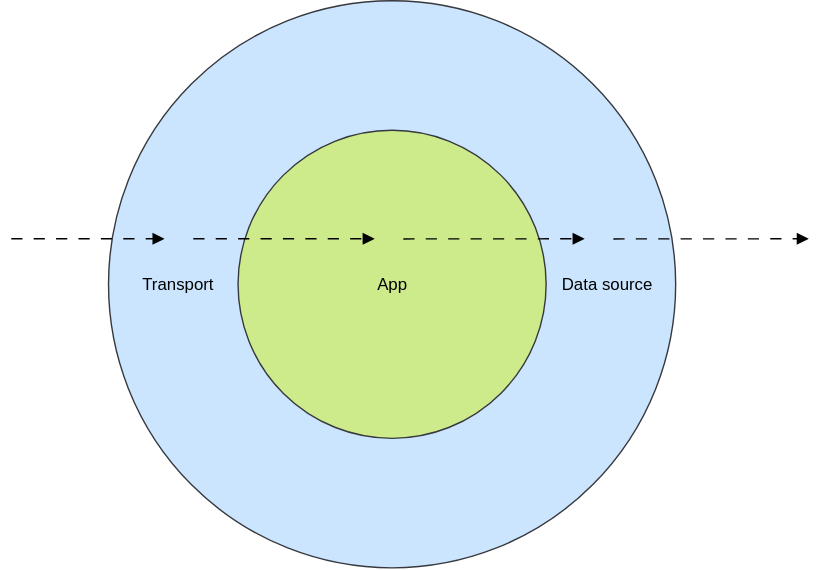
This is slides/images/hexagon-overview.svg from techteammindx/mindx-service-essentials, a draw.io export, as it was before one commit. Source tidied: cells renumbered, new cells last; positions are measured from the earlier drawing's top-left corner, leaving out a move shared by most shapes. Source of this version:
```xml
<mxGraphModel>
  <root>
    <mxCell id="0" />
    <mxCell id="1" parent="0" />
    <mxCell id="2" style="ellipse;whiteSpace=wrap;html=1;fillColor=#cce5ff;strokeColor=#36393d;" parent="1" vertex="1">
      <mxGeometry x="70" width="405" height="405" as="geometry" />
    </mxCell>
    <mxCell id="3" style="ellipse;whiteSpace=wrap;html=1;fillColor=#cdeb8b;strokeColor=#36393d;" parent="1" vertex="1">
      <mxGeometry x="162.5" y="92.5" width="220" height="220" as="geometry" />
    </mxCell>
    <mxCell id="4" value="Transport" style="text;html=1;whiteSpace=wrap;strokeColor=none;fillColor=none;align=center;verticalAlign=middle;rounded=0;" parent="1" vertex="1">
      <mxGeometry x="90" y="187.5" width="60" height="30" as="geometry" />
    </mxCell>
    <mxCell id="5" value="App" style="text;html=1;whiteSpace=wrap;strokeColor=none;fillColor=none;align=center;verticalAlign=middle;rounded=0;" parent="1" vertex="1">
      <mxGeometry x="242.5" y="187.5" width="60" height="30" as="geometry" />
    </mxCell>
    <mxCell id="6" value="Data source" style="text;html=1;whiteSpace=wrap;strokeColor=none;fillColor=none;align=center;verticalAlign=middle;rounded=0;" parent="1" vertex="1">
      <mxGeometry x="392" y="187.5" width="69.1" height="30" as="geometry" />
    </mxCell>
    <mxCell id="7" style="endArrow=block;html=1;rounded=0;endFill=1;flowAnimation=1;" parent="1" edge="1">
      <mxGeometry relative="1" as="geometry">
        <mxPoint y="170" as="sourcePoint" />
        <mxPoint x="110" y="170" as="targetPoint" />
      </mxGeometry>
    </mxCell>
    <mxCell id="8" style="endArrow=block;html=1;rounded=0;endFill=1;flowAnimation=1;" parent="1" edge="1">
      <mxGeometry relative="1" as="geometry">
        <mxPoint x="130" y="170" as="sourcePoint" />
        <mxPoint x="260.1" y="170" as="targetPoint" />
      </mxGeometry>
    </mxCell>
    <mxCell id="9" style="endArrow=block;html=1;rounded=0;endFill=1;flowAnimation=1;exitX=0.148;exitY=0.42;exitDx=0;exitDy=0;exitPerimeter=0;" parent="1" edge="1">
      <mxGeometry relative="1" as="geometry">
        <mxPoint x="280" y="170.1" as="sourcePoint" />
        <mxPoint x="410" y="170" as="targetPoint" />
      </mxGeometry>
    </mxCell>
    <mxCell id="10" style="endArrow=block;html=1;rounded=0;endFill=1;flowAnimation=1;exitX=0.148;exitY=0.42;exitDx=0;exitDy=0;exitPerimeter=0;" parent="1" edge="1">
      <mxGeometry relative="1" as="geometry">
        <mxPoint x="430" y="170.1" as="sourcePoint" />
        <mxPoint x="570.1" y="170" as="targetPoint" />
      </mxGeometry>
    </mxCell>
  </root>
</mxGraphModel>
```
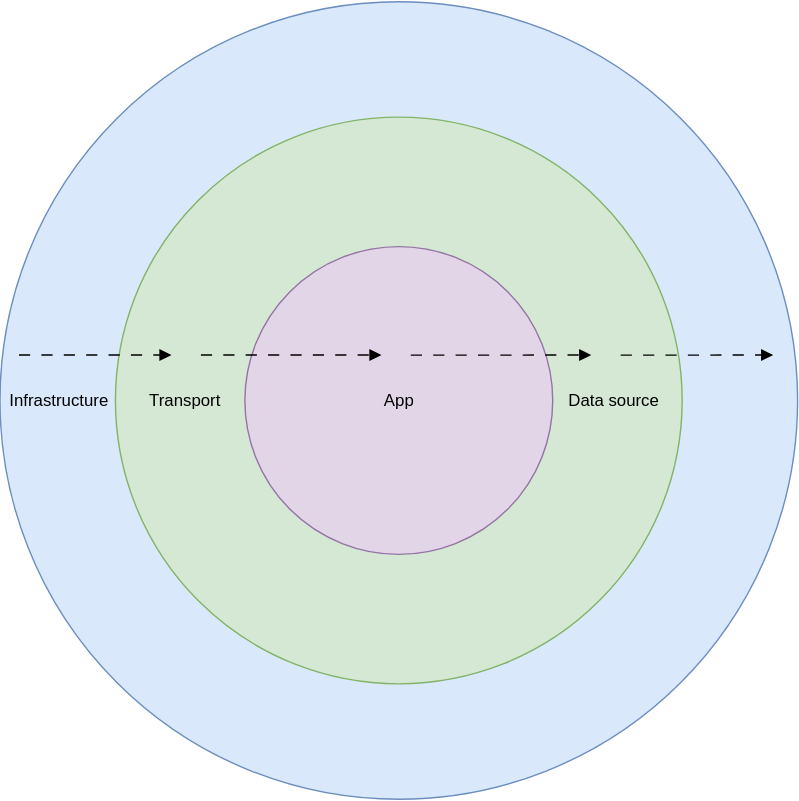
Later version of the same file.

Change to the diagram source:
```diff
@@ -2,44 +2,50 @@
   <root>
     <mxCell id="0" />
     <mxCell id="1" parent="0" />
-    <mxCell id="2" style="ellipse;whiteSpace=wrap;html=1;fillColor=#cce5ff;strokeColor=#36393d;" parent="1" vertex="1">
-      <mxGeometry x="70" width="405" height="405" as="geometry" />
+    <mxCell id="2" style="ellipse;whiteSpace=wrap;html=1;fillColor=#dae8fc;strokeColor=#6c8ebf;" parent="1" vertex="1">
+      <mxGeometry x="-202.5" y="-272.5" width="570" height="570" as="geometry" />
     </mxCell>
-    <mxCell id="3" style="ellipse;whiteSpace=wrap;html=1;fillColor=#cdeb8b;strokeColor=#36393d;" parent="1" vertex="1">
-      <mxGeometry x="162.5" y="92.5" width="220" height="220" as="geometry" />
+    <mxCell id="3" style="ellipse;whiteSpace=wrap;html=1;fillColor=#d5e8d4;strokeColor=#82b366;" parent="1" vertex="1">
+      <mxGeometry x="-120" y="-190" width="405" height="405" as="geometry" />
     </mxCell>
-    <mxCell id="4" value="Transport" style="text;html=1;whiteSpace=wrap;strokeColor=none;fillColor=none;align=center;verticalAlign=middle;rounded=0;" parent="1" vertex="1">
-      <mxGeometry x="90" y="187.5" width="60" height="30" as="geometry" />
+    <mxCell id="4" style="ellipse;whiteSpace=wrap;html=1;fillColor=#e1d5e7;strokeColor=#9673a6;" parent="1" vertex="1">
+      <mxGeometry x="-27.5" y="-97.5" width="220" height="220" as="geometry" />
     </mxCell>
-    <mxCell id="5" value="App" style="text;html=1;whiteSpace=wrap;strokeColor=none;fillColor=none;align=center;verticalAlign=middle;rounded=0;" parent="1" vertex="1">
-      <mxGeometry x="242.5" y="187.5" width="60" height="30" as="geometry" />
+    <mxCell id="5" value="Transport" style="text;html=1;whiteSpace=wrap;strokeColor=none;fillColor=none;align=center;verticalAlign=middle;rounded=0;" parent="1" vertex="1">
+      <mxGeometry x="-100" y="-2.5" width="60" height="30" as="geometry" />
     </mxCell>
-    <mxCell id="6" value="Data source" style="text;html=1;whiteSpace=wrap;strokeColor=none;fillColor=none;align=center;verticalAlign=middle;rounded=0;" parent="1" vertex="1">
-      <mxGeometry x="392" y="187.5" width="69.1" height="30" as="geometry" />
+    <mxCell id="6" value="App" style="text;html=1;whiteSpace=wrap;strokeColor=none;fillColor=none;align=center;verticalAlign=middle;rounded=0;" parent="1" vertex="1">
+      <mxGeometry x="52.5" y="-2.5" width="60" height="30" as="geometry" />
     </mxCell>
-    <mxCell id="7" style="endArrow=block;html=1;rounded=0;endFill=1;flowAnimation=1;" parent="1" edge="1">
-      <mxGeometry relative="1" as="geometry">
-        <mxPoint y="170" as="sourcePoint" />
-        <mxPoint x="110" y="170" as="targetPoint" />
-      </mxGeometry>
+    <mxCell id="7" value="Data source" style="text;html=1;whiteSpace=wrap;strokeColor=none;fillColor=none;align=center;verticalAlign=middle;rounded=0;" parent="1" vertex="1">
+      <mxGeometry x="202" y="-2.5" width="69.1" height="30" as="geometry" />
     </mxCell>
     <mxCell id="8" style="endArrow=block;html=1;rounded=0;endFill=1;flowAnimation=1;" parent="1" edge="1">
       <mxGeometry relative="1" as="geometry">
-        <mxPoint x="130" y="170" as="sourcePoint" />
-        <mxPoint x="260.1" y="170" as="targetPoint" />
+        <mxPoint x="-190" y="-20" as="sourcePoint" />
+        <mxPoint x="-80" y="-20" as="targetPoint" />
       </mxGeometry>
     </mxCell>
-    <mxCell id="9" style="endArrow=block;html=1;rounded=0;endFill=1;flowAnimation=1;exitX=0.148;exitY=0.42;exitDx=0;exitDy=0;exitPerimeter=0;" parent="1" edge="1">
+    <mxCell id="9" style="endArrow=block;html=1;rounded=0;endFill=1;flowAnimation=1;" parent="1" edge="1">
       <mxGeometry relative="1" as="geometry">
-        <mxPoint x="280" y="170.1" as="sourcePoint" />
-        <mxPoint x="410" y="170" as="targetPoint" />
+        <mxPoint x="-60" y="-20" as="sourcePoint" />
+        <mxPoint x="70.1" y="-20" as="targetPoint" />
       </mxGeometry>
     </mxCell>
     <mxCell id="10" style="endArrow=block;html=1;rounded=0;endFill=1;flowAnimation=1;exitX=0.148;exitY=0.42;exitDx=0;exitDy=0;exitPerimeter=0;" parent="1" edge="1">
       <mxGeometry relative="1" as="geometry">
-        <mxPoint x="430" y="170.1" as="sourcePoint" />
-        <mxPoint x="570.1" y="170" as="targetPoint" />
+        <mxPoint x="90" y="-19.9" as="sourcePoint" />
+        <mxPoint x="220" y="-20" as="targetPoint" />
       </mxGeometry>
     </mxCell>
+    <mxCell id="11" style="endArrow=block;html=1;rounded=0;endFill=1;flowAnimation=1;exitX=0.148;exitY=0.42;exitDx=0;exitDy=0;exitPerimeter=0;" parent="1" edge="1">
+      <mxGeometry relative="1" as="geometry">
+        <mxPoint x="240" y="-19.9" as="sourcePoint" />
+        <mxPoint x="350" y="-20" as="targetPoint" />
+      </mxGeometry>
+    </mxCell>
+    <mxCell id="12" value="Infrastructure" style="text;html=1;whiteSpace=wrap;strokeColor=none;fillColor=none;align=center;verticalAlign=middle;rounded=0;" parent="1" vertex="1">
+      <mxGeometry x="-190" y="-2.5" width="60" height="30" as="geometry" />
+    </mxCell>
   </root>
 </mxGraphModel>
```
